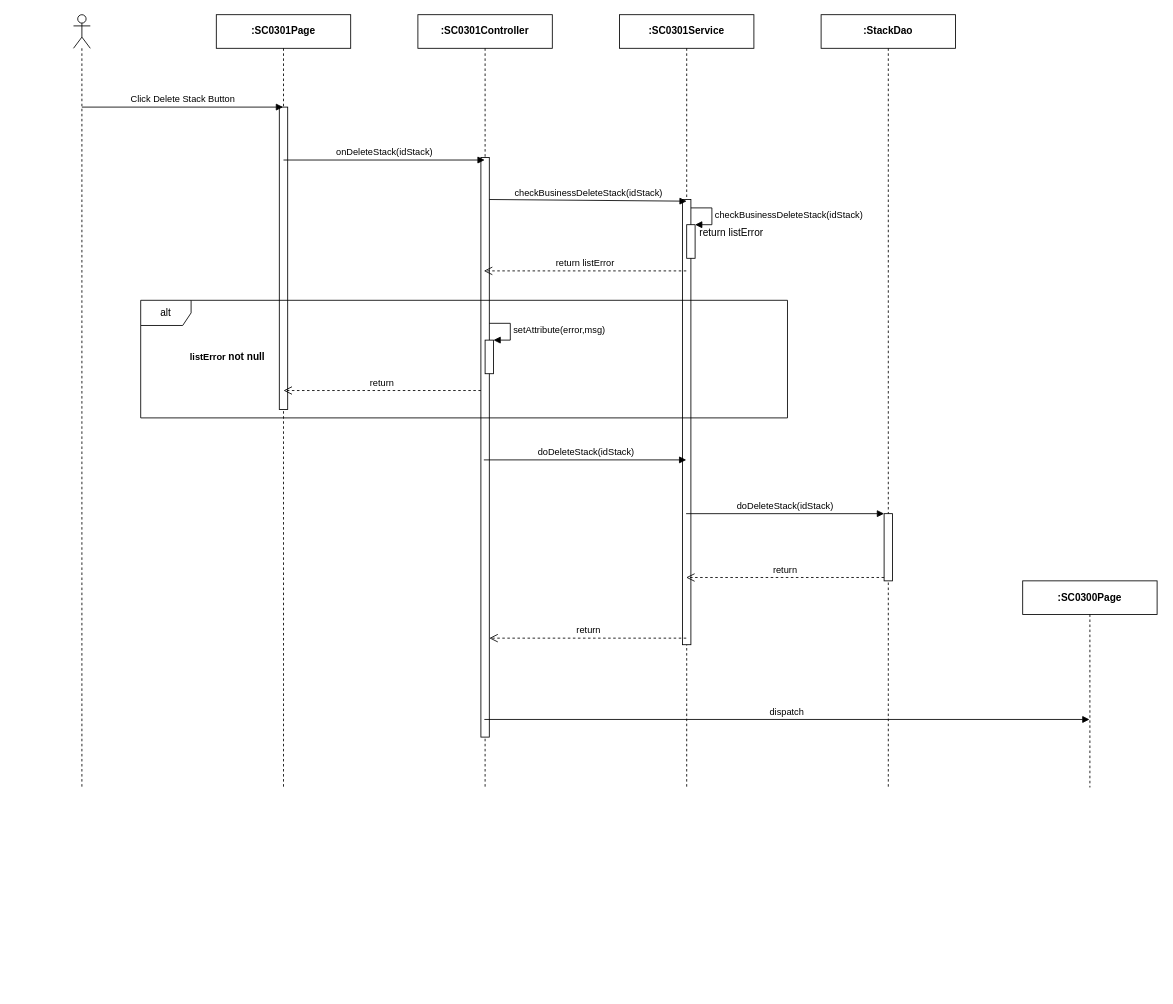
Above: page "Ev04" (4 of 10) of Users/LuanNM/SEQ Diagram Review/sc03/SC0301_StackDetail.drawio in luannmdev/CapstoneDocument (draw.io), before the change. Source tidied: cells renumbered, new cells numbered last; positions are measured from the earlier drawing's top-left corner, leaving out a move shared by most shapes. Both pictures are drawn from the tidied source at 84%, with x=0, y=0 at pixel (73, 14).
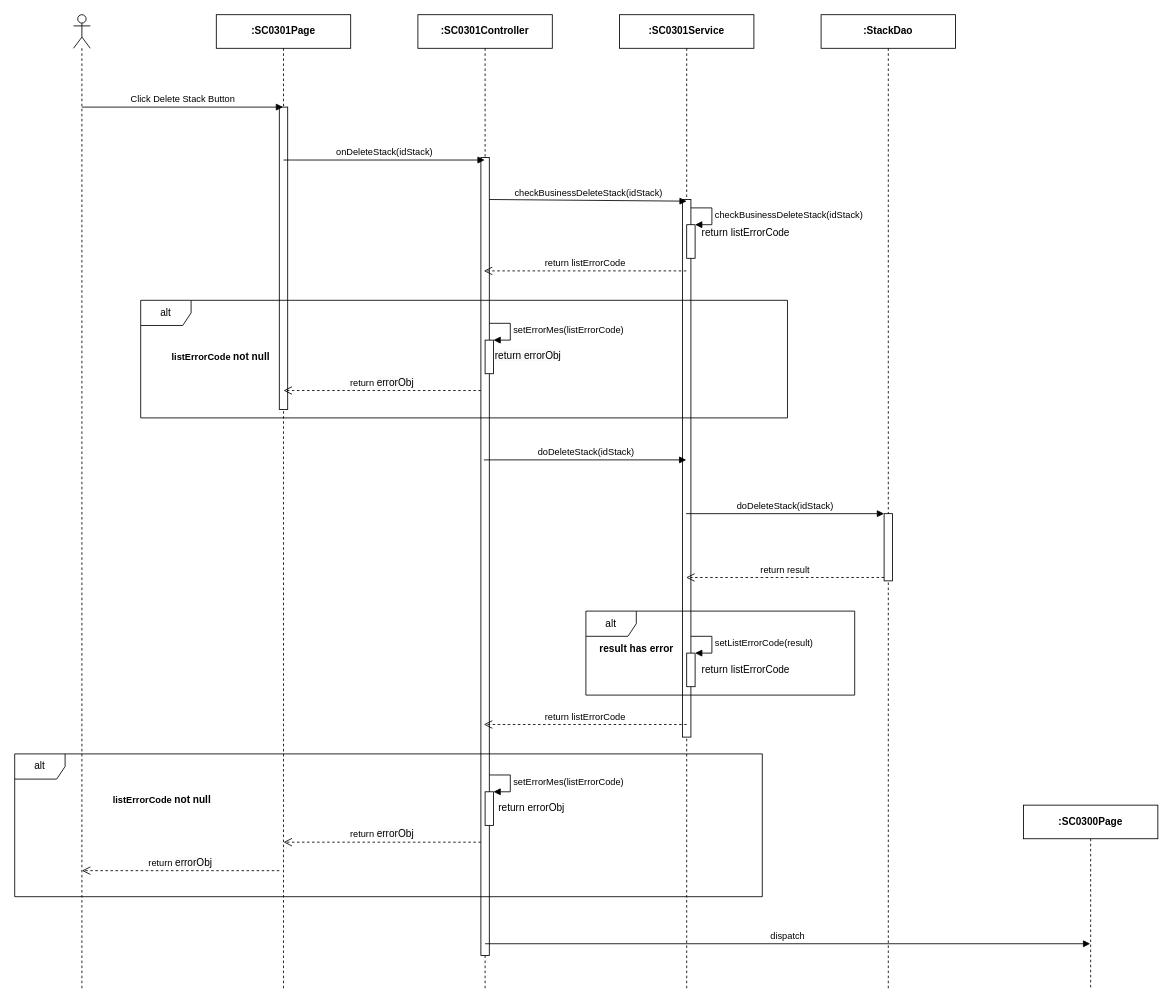
After the change.

Unchanged cells that the change refers to:
```xml
<mxCell id="16" style="html=1;points=[];perimeter=orthogonalPerimeter;" parent="1" vertex="1">
  <mxGeometry x="490" y="387.4" width="10" height="40" as="geometry" />
</mxCell>
<mxCell id="24" style="html=1;points=[];perimeter=orthogonalPerimeter;" parent="1" vertex="1">
  <mxGeometry x="965" y="594" width="10" height="80" as="geometry" />
</mxCell>
```

Change to the diagram source:
```diff
@@
     <mxCell id="2" style="shape=umlLifeline;participant=umlActor;perimeter=lifelinePerimeter;whiteSpace=wrap;html=1;verticalAlign=top;spacingTop=36;" parent="1" vertex="1">
-      <mxGeometry width="20" height="920" as="geometry" />
+      <mxGeometry width="20" height="1160" as="geometry" />
     </mxCell>
     <mxCell id="3" value="&lt;b&gt;:SC0301Page&lt;/b&gt;" style="shape=umlLifeline;perimeter=lifelinePerimeter;whiteSpace=wrap;html=1;outlineConnect=0;" parent="1" vertex="1">
-      <mxGeometry x="170" width="160" height="920" as="geometry" />
+      <mxGeometry x="170" width="160" height="1160" as="geometry" />
     </mxCell>
@@
     <mxCell id="5" value="&lt;b&gt;:StackDao&lt;/b&gt;" style="shape=umlLifeline;perimeter=lifelinePerimeter;whiteSpace=wrap;html=1;" parent="1" vertex="1">
-      <mxGeometry x="890" width="160" height="920" as="geometry" />
+      <mxGeometry x="890" width="160" height="1160" as="geometry" />
     </mxCell>
     <mxCell id="6" value="&lt;b&gt;:&lt;/b&gt;&lt;b&gt;SC0301&lt;/b&gt;&lt;b&gt;Service&lt;/b&gt;" style="shape=umlLifeline;perimeter=lifelinePerimeter;whiteSpace=wrap;html=1;" parent="1" vertex="1">
-      <mxGeometry x="650" width="160" height="920" as="geometry" />
+      <mxGeometry x="650" width="160" height="1160" as="geometry" />
     </mxCell>
     <mxCell id="7" style="html=1;perimeter=orthogonalPerimeter;" parent="6" vertex="1">
-      <mxGeometry x="75" y="220" width="10" height="530" as="geometry" />
+      <mxGeometry x="75" y="220" width="10" height="640" as="geometry" />
     </mxCell>
     <mxCell id="8" value="&lt;b&gt;:SC0301Controller&lt;/b&gt;" style="shape=umlLifeline;perimeter=lifelinePerimeter;whiteSpace=wrap;html=1;" parent="1" vertex="1">
-      <mxGeometry x="410" width="160" height="920" as="geometry" />
+      <mxGeometry x="410" width="160" height="1160" as="geometry" />
     </mxCell>
     <mxCell id="9" style="html=1;perimeter=orthogonalPerimeter;" parent="8" vertex="1">
-      <mxGeometry x="75" y="170" width="10" height="690" as="geometry" />
+      <mxGeometry x="75" y="170" width="10" height="950" as="geometry" />
     </mxCell>
@@
-    <mxCell id="13" value="return listError" style="html=1;verticalAlign=bottom;endArrow=open;dashed=1;endSize=8;" parent="1" edge="1">
+    <mxCell id="13" value="return listErrorCode" style="html=1;verticalAlign=bottom;endArrow=open;dashed=1;endSize=8;" parent="1" edge="1">
       <mxGeometry relative="1" as="geometry">
         <mxPoint x="729.5" y="305" as="sourcePoint" />
         <mxPoint x="488.5" y="305" as="targetPoint" />
       </mxGeometry>
     </mxCell>
@@
-    <mxCell id="15" value="&lt;span style=&quot;font-size: 11px ; background-color: rgb(255 , 255 , 255)&quot;&gt;&lt;b&gt;listError&amp;nbsp;&lt;/b&gt;&lt;/span&gt;&lt;b&gt;not null&lt;/b&gt;" style="text;html=1;align=center;verticalAlign=middle;" parent="1" vertex="1">
-      <mxGeometry x="133" y="398" width="100" height="20" as="geometry" />
+    <mxCell id="15" value="&lt;b&gt;&lt;span style=&quot;font-size: 11px ; background-color: rgb(255 , 255 , 255)&quot;&gt;listErrorCode&amp;nbsp;&lt;/span&gt;not null&lt;/b&gt;" style="text;html=1;align=center;verticalAlign=middle;" parent="1" vertex="1">
+      <mxGeometry x="110" y="397.4" width="130" height="20" as="geometry" />
     </mxCell>
@@
-    <mxCell id="17" value="setAttribute(error,msg)" style="edgeStyle=orthogonalEdgeStyle;html=1;align=left;spacingLeft=2;endArrow=block;rounded=0;entryX=1;entryY=0;" parent="1" edge="1" target="16">
+    <mxCell id="17" value="setErrorMes(listErrorCode)" style="edgeStyle=orthogonalEdgeStyle;html=1;align=left;spacingLeft=2;endArrow=block;rounded=0;entryX=1;entryY=0;" parent="1" edge="1" target="16">
       <mxGeometry relative="1" as="geometry">
         <mxPoint x="495" y="367.4" as="sourcePoint" />
         <Array as="points">
           <mxPoint x="520" y="367.4" />
         </Array>
       </mxGeometry>
     </mxCell>
-    <mxCell id="18" value="return" style="html=1;verticalAlign=bottom;endArrow=open;dashed=1;endSize=8;" parent="1" edge="1">
+    <mxCell id="18" value="return&amp;nbsp;&lt;span style=&quot;font-size: 12px ; background-color: rgb(248 , 249 , 250)&quot;&gt;errorObj&lt;/span&gt;" style="html=1;verticalAlign=bottom;endArrow=open;dashed=1;endSize=8;" parent="1" edge="1">
       <mxGeometry relative="1" as="geometry">
         <mxPoint x="485" y="447.4" as="sourcePoint" />
         <mxPoint x="250" y="447.4" as="targetPoint" />
       </mxGeometry>
     </mxCell>
@@
-    <mxCell id="20" value="return" style="html=1;verticalAlign=bottom;endArrow=open;dashed=1;endSize=8;" parent="1" edge="1">
-      <mxGeometry relative="1" as="geometry">
-        <mxPoint x="729.5" y="742.2" as="sourcePoint" />
-        <mxPoint x="495" y="742.2" as="targetPoint" />
-      </mxGeometry>
-    </mxCell>
@@
-    <mxCell id="23" value="return listError" style="text;html=1;align=center;verticalAlign=middle;" parent="1" vertex="1">
-      <mxGeometry x="738" y="250" width="90" height="20" as="geometry" />
+    <mxCell id="23" value="return listErrorCode" style="text;html=1;align=center;verticalAlign=middle;" parent="1" vertex="1">
+      <mxGeometry x="740" y="250" width="120" height="20" as="geometry" />
     </mxCell>
@@
-    <mxCell id="26" value="return" style="html=1;verticalAlign=bottom;endArrow=open;dashed=1;endSize=8;exitX=0;exitY=0.95;" parent="1" edge="1" source="24">
+    <mxCell id="26" value="return result" style="html=1;verticalAlign=bottom;endArrow=open;dashed=1;endSize=8;exitX=0;exitY=0.95;" parent="1" edge="1" source="24">
       <mxGeometry relative="1" as="geometry">
         <mxPoint x="729.3" y="670" as="targetPoint" />
       </mxGeometry>
     </mxCell>
     <mxCell id="27" value="dispatch" style="html=1;verticalAlign=bottom;endArrow=block;" parent="1" edge="1" target="28">
       <mxGeometry relative="1" as="geometry">
-        <mxPoint x="489.1" y="839" as="sourcePoint" />
+        <mxPoint x="490" y="1106" as="sourcePoint" />
       </mxGeometry>
     </mxCell>
     <mxCell id="28" value="&lt;b&gt;:SC0300Page&lt;/b&gt;" style="shape=umlLifeline;perimeter=lifelinePerimeter;whiteSpace=wrap;html=1;outlineConnect=0;" parent="1" vertex="1">
-      <mxGeometry x="1130" y="674" width="160" height="246" as="geometry" />
+      <mxGeometry x="1130.9" y="941" width="160" height="219" as="geometry" />
     </mxCell>
+    <mxCell id="29" value="&lt;span style=&quot;color: rgb(0, 0, 0); font-family: helvetica; font-size: 12px; font-style: normal; font-weight: 400; letter-spacing: normal; text-align: center; text-indent: 0px; text-transform: none; word-spacing: 0px; background-color: rgb(248, 249, 250); display: inline; float: none;&quot;&gt;return errorObj&lt;/span&gt;" style="text;whiteSpace=wrap;html=1;" parent="1" vertex="1">
+      <mxGeometry x="500" y="392.4" width="100" height="30" as="geometry" />
+    </mxCell>
+    <mxCell id="30" value="alt" style="shape=umlFrame;whiteSpace=wrap;html=1;" parent="1" vertex="1">
+      <mxGeometry x="-70" y="880" width="890" height="170" as="geometry" />
+    </mxCell>
+    <mxCell id="31" value="result has error" style="text;html=1;align=center;verticalAlign=middle;fontStyle=1;" parent="1" vertex="1">
+      <mxGeometry x="620" y="745" width="100" height="20" as="geometry" />
+    </mxCell>
+    <mxCell id="32" style="html=1;points=[];perimeter=orthogonalPerimeter;" parent="1" vertex="1">
+      <mxGeometry x="730" y="760" width="10" height="40" as="geometry" />
+    </mxCell>
+    <mxCell id="33" value="setListErrorCode(result)" style="edgeStyle=orthogonalEdgeStyle;html=1;align=left;spacingLeft=2;endArrow=block;rounded=0;entryX=1;entryY=0;" parent="1" edge="1" target="32">
+      <mxGeometry relative="1" as="geometry">
+        <mxPoint x="735" y="740" as="sourcePoint" />
+        <Array as="points">
+          <mxPoint x="760" y="740" />
+        </Array>
+      </mxGeometry>
+    </mxCell>
+    <mxCell id="34" value="return listErrorCode" style="text;html=1;align=center;verticalAlign=middle;" parent="1" vertex="1">
+      <mxGeometry x="740" y="770" width="120" height="20" as="geometry" />
+    </mxCell>
+    <mxCell id="35" style="html=1;points=[];perimeter=orthogonalPerimeter;" parent="1" vertex="1">
+      <mxGeometry x="490" y="925.1" width="10" height="40" as="geometry" />
+    </mxCell>
+    <mxCell id="36" value="setErrorMes(listErrorCode)" style="edgeStyle=orthogonalEdgeStyle;html=1;align=left;spacingLeft=2;endArrow=block;rounded=0;entryX=1;entryY=0;" parent="1" edge="1" target="35">
+      <mxGeometry relative="1" as="geometry">
+        <mxPoint x="495" y="905.1" as="sourcePoint" />
+        <Array as="points">
+          <mxPoint x="520" y="905.1" />
+        </Array>
+      </mxGeometry>
+    </mxCell>
+    <mxCell id="37" value="return&amp;nbsp;&lt;span style=&quot;font-size: 12px ; background-color: rgb(248 , 249 , 250)&quot;&gt;errorObj&lt;/span&gt;" style="html=1;verticalAlign=bottom;endArrow=open;dashed=1;endSize=8;" parent="1" edge="1">
+      <mxGeometry relative="1" as="geometry">
+        <mxPoint x="485" y="985.1" as="sourcePoint" />
+        <mxPoint x="250" y="985.1" as="targetPoint" />
+      </mxGeometry>
+    </mxCell>
+    <mxCell id="38" value="return errorObj" style="text;html=1;align=center;verticalAlign=middle;" parent="1" vertex="1">
+      <mxGeometry x="500" y="935.1" width="90" height="20" as="geometry" />
+    </mxCell>
+    <mxCell id="39" value="return listErrorCode" style="html=1;verticalAlign=bottom;endArrow=open;dashed=1;endSize=8;" parent="1" edge="1">
+      <mxGeometry relative="1" as="geometry">
+        <mxPoint x="730" y="845" as="sourcePoint" />
+        <mxPoint x="488.5" y="845" as="targetPoint" />
+      </mxGeometry>
+    </mxCell>
+    <mxCell id="40" value="&lt;b&gt;&lt;span style=&quot;font-size: 11px ; background-color: rgb(255 , 255 , 255)&quot;&gt;listErrorCode&amp;nbsp;&lt;/span&gt;not null&lt;/b&gt;" style="text;html=1;align=center;verticalAlign=middle;" parent="1" vertex="1">
+      <mxGeometry x="40" y="925.1" width="130" height="20" as="geometry" />
+    </mxCell>
+    <mxCell id="41" value="alt" style="shape=umlFrame;whiteSpace=wrap;html=1;" parent="1" vertex="1">
+      <mxGeometry x="610" y="710" width="320" height="100" as="geometry" />
+    </mxCell>
+    <mxCell id="42" value="return&amp;nbsp;&lt;span style=&quot;font-size: 12px ; background-color: rgb(248 , 249 , 250)&quot;&gt;errorObj&lt;/span&gt;" style="html=1;verticalAlign=bottom;endArrow=open;dashed=1;endSize=8;" parent="1" edge="1">
+      <mxGeometry relative="1" as="geometry">
+        <mxPoint x="245" y="1019" as="sourcePoint" />
+        <mxPoint x="10" y="1019" as="targetPoint" />
+      </mxGeometry>
+    </mxCell>
```
